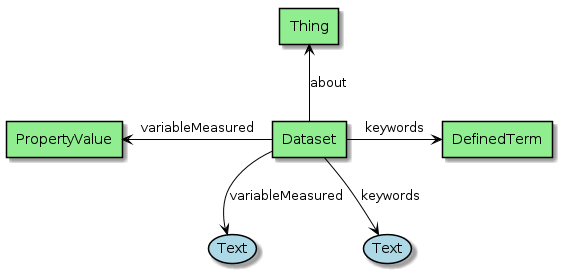
This is series/diagrams/DescriptiveKeywords.png from eovoc/eo-on-schema.org, a PlantUML export, as it was before one commit.
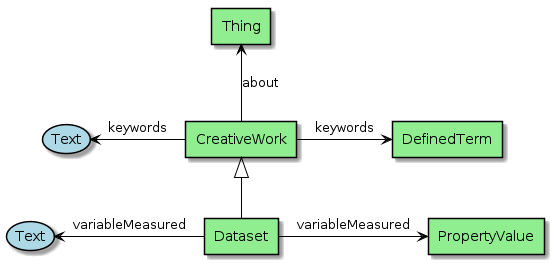
The same file after the commit.

The edit, as a diff of the source:
```diff
@@ -20,14 +20,18 @@
 agent Thing
 agent PropertyValue
 
+agent CreativeWork
 
-Dataset --> (Text ) : "variableMeasured"
+CreativeWork <|-- Dataset
 
-Dataset -down-> (Text) : "keywords"
 
-Dataset -right-> DefinedTerm : "keywords"
+Dataset -left-> (Text ) : "variableMeasured"
 
-Dataset -up-> Thing : "about"
+CreativeWork -left-> (Text) : "keywords"
 
-Dataset -left-> PropertyValue : "variableMeasured"
+CreativeWork -right-> DefinedTerm : "keywords"
+
+CreativeWork -up-> Thing : "about"
+
+Dataset -right-> PropertyValue : "variableMeasured"
 @enduml
```
